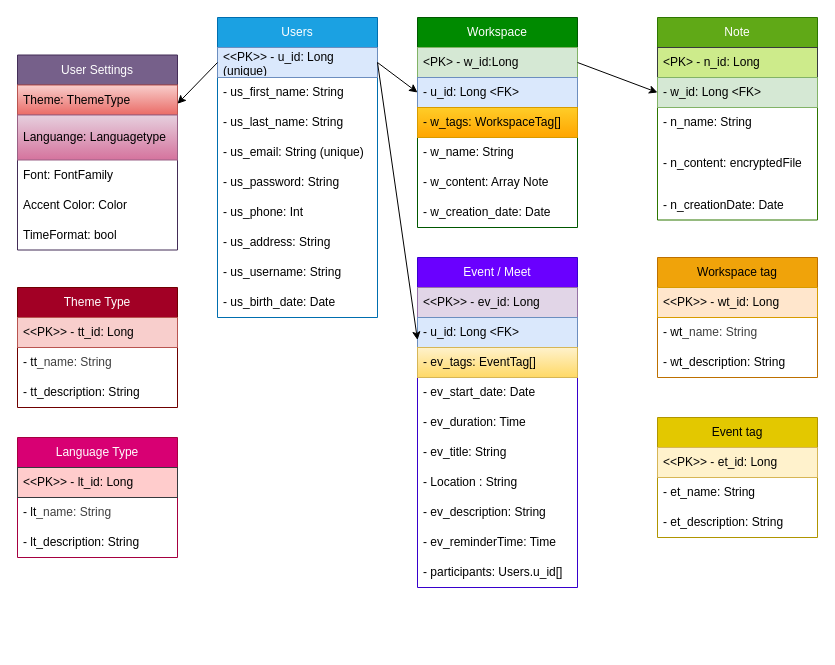
j12Ch05/Scribbl keeps this draw.io diagram as page "DB" (2 of 3) of Scribbl.drawio. Above is the earlier version. Source tidied: cells renumbered, new cells numbered last; positions are measured from the earlier drawing's top-left corner, leaving out a move shared by most shapes. Both pictures are drawn from the tidied source at 100%, with x=0, y=0 at pixel (17, 17).
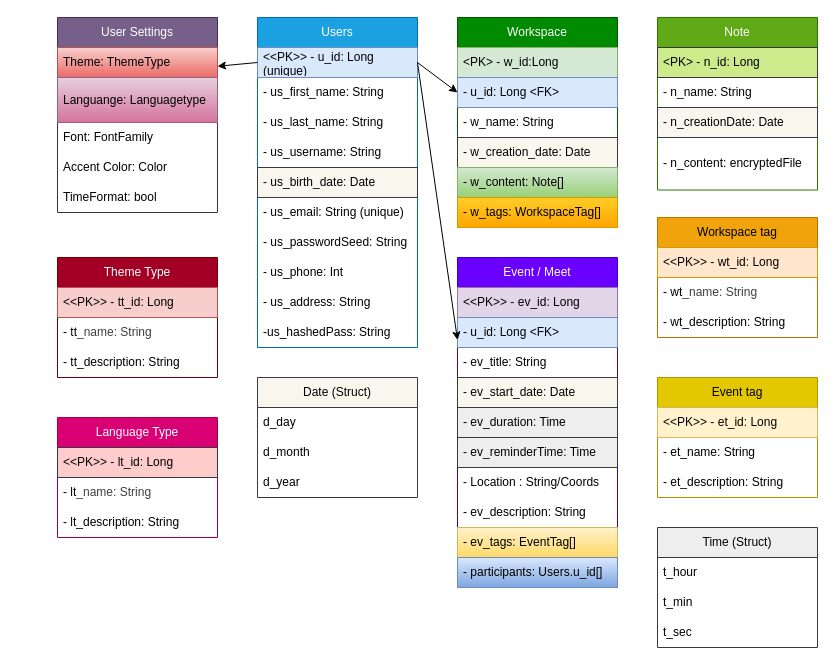
Above is the later version.

The change refers to these unchanged cells:
```xml
<mxCell id="29" value="&amp;lt;PK&amp;gt; - w_id:Long" style="text;strokeColor=#82b366;fillColor=#d5e8d4;align=left;verticalAlign=middle;spacingLeft=4;spacingRight=4;overflow=hidden;points=[[0,0.5],[1,0.5]];portConstraint=eastwest;whiteSpace=wrap;html=1;" parent="28" vertex="1">
  <mxGeometry y="30" width="160" height="30" as="geometry" />
</mxCell>
```

Diff of the diagram source:
```diff
@@
     <mxCell id="2" value="Users" style="swimlane;fontStyle=0;horizontal=1;startSize=30;whiteSpace=wrap;html=1;fillColor=#1ba1e2;strokeColor=#006EAF;fontColor=#ffffff;" parent="1" vertex="1">
-      <mxGeometry x="200" width="160" height="300" as="geometry" />
+      <mxGeometry x="240" width="160" height="330" as="geometry" />
     </mxCell>
@@
+    <mxCell id="10" value="- us_username: String" style="text;strokeColor=none;fillColor=none;align=left;verticalAlign=middle;spacingLeft=4;spacingRight=4;overflow=hidden;whiteSpace=wrap;html=1;" parent="2" vertex="1">
+      <mxGeometry y="120" width="160" height="30" as="geometry" />
+    </mxCell>
+    <mxCell id="11" value="- us_birth_date: Date" style="text;strokeColor=#36393d;fillColor=#f9f7ed;align=left;verticalAlign=middle;spacingLeft=4;spacingRight=4;overflow=hidden;whiteSpace=wrap;html=1;" parent="2" vertex="1">
+      <mxGeometry y="150" width="160" height="30" as="geometry" />
+    </mxCell>
     <mxCell id="6" value="- us_email: String (unique)" style="text;strokeColor=none;fillColor=none;align=left;verticalAlign=middle;spacingLeft=4;spacingRight=4;overflow=hidden;whiteSpace=wrap;html=1;" parent="2" vertex="1">
-      <mxGeometry y="120" width="160" height="30" as="geometry" />
+      <mxGeometry y="180" width="160" height="30" as="geometry" />
     </mxCell>
-    <mxCell id="7" value="- us_password: String" style="text;strokeColor=none;fillColor=none;align=left;verticalAlign=middle;spacingLeft=4;spacingRight=4;overflow=hidden;whiteSpace=wrap;html=1;" parent="2" vertex="1">
-      <mxGeometry y="150" width="160" height="30" as="geometry" />
+    <mxCell id="7" value="- us_passwordSeed: String" style="text;strokeColor=none;fillColor=none;align=left;verticalAlign=middle;spacingLeft=4;spacingRight=4;overflow=hidden;whiteSpace=wrap;html=1;" parent="2" vertex="1">
+      <mxGeometry y="210" width="160" height="30" as="geometry" />
     </mxCell>
     <mxCell id="8" value="- us_phone: Int" style="text;strokeColor=none;fillColor=none;align=left;verticalAlign=middle;spacingLeft=4;spacingRight=4;overflow=hidden;whiteSpace=wrap;html=1;" parent="2" vertex="1">
-      <mxGeometry y="180" width="160" height="30" as="geometry" />
+      <mxGeometry y="240" width="160" height="30" as="geometry" />
     </mxCell>
     <mxCell id="9" value="- us_address: String" style="text;strokeColor=none;fillColor=none;align=left;verticalAlign=middle;spacingLeft=4;spacingRight=4;overflow=hidden;whiteSpace=wrap;html=1;" parent="2" vertex="1">
-      <mxGeometry y="210" width="160" height="30" as="geometry" />
+      <mxGeometry y="270" width="160" height="30" as="geometry" />
     </mxCell>
-    <mxCell id="10" value="- us_username: String" style="text;strokeColor=none;fillColor=none;align=left;verticalAlign=middle;spacingLeft=4;spacingRight=4;overflow=hidden;whiteSpace=wrap;html=1;" parent="2" vertex="1">
-      <mxGeometry y="240" width="160" height="30" as="geometry" />
-    </mxCell>
-    <mxCell id="11" value="- us_birth_date: Date" style="text;strokeColor=none;fillColor=none;align=left;verticalAlign=middle;spacingLeft=4;spacingRight=4;overflow=hidden;whiteSpace=wrap;html=1;" parent="2" vertex="1">
-      <mxGeometry y="270" width="160" height="30" as="geometry" />
-    </mxCell>
+    <mxCell id="63" value="-us_hashedPass: String" style="text;strokeColor=none;fillColor=none;align=left;verticalAlign=middle;spacingLeft=4;spacingRight=4;overflow=hidden;whiteSpace=wrap;html=1;" parent="2" vertex="1">
+      <mxGeometry y="300" width="160" height="30" as="geometry" />
+    </mxCell>
     <mxCell id="12" value="Event tag" style="swimlane;fontStyle=0;horizontal=1;startSize=30;whiteSpace=wrap;html=1;fillColor=#e3c800;fontColor=#000000;strokeColor=#B09500;" parent="1" vertex="1">
-      <mxGeometry x="640" y="400" width="160" height="120" as="geometry" />
+      <mxGeometry x="640" y="360" width="160" height="120" as="geometry" />
     </mxCell>
@@
     <mxCell id="16" value="Event / Meet" style="swimlane;fontStyle=0;horizontal=1;startSize=30;whiteSpace=wrap;html=1;fillColor=#6a00ff;fontColor=#ffffff;strokeColor=#3700CC;" parent="1" vertex="1">
-      <mxGeometry x="400" y="240" width="160" height="330" as="geometry" />
+      <mxGeometry x="440" y="240" width="160" height="330" as="geometry" />
     </mxCell>
@@
-    <mxCell id="19" value="- ev_tags: EventTag[]" style="text;strokeColor=#d6b656;fillColor=#fff2cc;align=left;verticalAlign=middle;spacingLeft=4;spacingRight=4;overflow=hidden;whiteSpace=wrap;html=1;gradientColor=#ffd966;" parent="16" vertex="1">
-      <mxGeometry y="90" width="160" height="30" as="geometry" />
-    </mxCell>
+    <mxCell id="22" value="- ev_title: String" style="text;strokeColor=none;fillColor=none;align=left;verticalAlign=middle;spacingLeft=4;spacingRight=4;overflow=hidden;whiteSpace=wrap;html=1;" parent="16" vertex="1">
+      <mxGeometry y="90" width="160" height="30" as="geometry" />
+    </mxCell>
-    <mxCell id="20" value="- ev_start_date: Date" style="text;strokeColor=none;fillColor=none;align=left;verticalAlign=middle;spacingLeft=4;spacingRight=4;overflow=hidden;whiteSpace=wrap;html=1;" parent="16" vertex="1">
+    <mxCell id="20" value="- ev_start_date: Date" style="text;strokeColor=#36393d;fillColor=#f9f7ed;align=left;verticalAlign=middle;spacingLeft=4;spacingRight=4;overflow=hidden;whiteSpace=wrap;html=1;" parent="16" vertex="1">
       <mxGeometry y="120" width="160" height="30" as="geometry" />
     </mxCell>
-    <mxCell id="21" value="- ev_duration: Time" style="text;strokeColor=none;fillColor=none;align=left;verticalAlign=middle;spacingLeft=4;spacingRight=4;overflow=hidden;whiteSpace=wrap;html=1;" parent="16" vertex="1">
+    <mxCell id="21" value="- ev_duration: Time" style="text;strokeColor=#36393d;fillColor=#eeeeee;align=left;verticalAlign=middle;spacingLeft=4;spacingRight=4;overflow=hidden;whiteSpace=wrap;html=1;" parent="16" vertex="1">
       <mxGeometry y="150" width="160" height="30" as="geometry" />
     </mxCell>
-    <mxCell id="22" value="- ev_title: String" style="text;strokeColor=none;fillColor=none;align=left;verticalAlign=middle;spacingLeft=4;spacingRight=4;overflow=hidden;whiteSpace=wrap;html=1;" parent="16" vertex="1">
-      <mxGeometry y="180" width="160" height="30" as="geometry" />
-    </mxCell>
+    <mxCell id="25" value="- ev_reminderTime: Time" style="text;strokeColor=#36393d;fillColor=#eeeeee;align=left;verticalAlign=middle;spacingLeft=4;spacingRight=4;overflow=hidden;whiteSpace=wrap;html=1;" parent="16" vertex="1">
+      <mxGeometry y="180" width="160" height="30" as="geometry" />
+    </mxCell>
-    <mxCell id="23" value="- Location : String" style="text;strokeColor=none;fillColor=none;align=left;verticalAlign=middle;spacingLeft=4;spacingRight=4;overflow=hidden;whiteSpace=wrap;html=1;" parent="16" vertex="1">
+    <mxCell id="23" value="- Location : String/Coords" style="text;strokeColor=none;fillColor=none;align=left;verticalAlign=middle;spacingLeft=4;spacingRight=4;overflow=hidden;whiteSpace=wrap;html=1;" parent="16" vertex="1">
       <mxGeometry y="210" width="160" height="30" as="geometry" />
     </mxCell>
@@
-    <mxCell id="25" value="- ev_reminderTime: Time" style="text;strokeColor=none;fillColor=none;align=left;verticalAlign=middle;spacingLeft=4;spacingRight=4;overflow=hidden;whiteSpace=wrap;html=1;" parent="16" vertex="1">
-      <mxGeometry y="270" width="160" height="30" as="geometry" />
-    </mxCell>
+    <mxCell id="19" value="- ev_tags: EventTag[]" style="text;strokeColor=#d6b656;fillColor=#fff2cc;align=left;verticalAlign=middle;spacingLeft=4;spacingRight=4;overflow=hidden;whiteSpace=wrap;html=1;gradientColor=#ffd966;" parent="16" vertex="1">
+      <mxGeometry y="270" width="160" height="30" as="geometry" />
+    </mxCell>
-    <mxCell id="26" value="- participants: Users.u_id[]" style="text;strokeColor=none;fillColor=none;align=left;verticalAlign=middle;spacingLeft=4;spacingRight=4;overflow=hidden;whiteSpace=wrap;html=1;" parent="16" vertex="1">
+    <mxCell id="26" value="- participants: Users.u_id[]" style="text;strokeColor=#6c8ebf;fillColor=#dae8fc;align=left;verticalAlign=middle;spacingLeft=4;spacingRight=4;overflow=hidden;whiteSpace=wrap;html=1;gradientColor=#7ea6e0;" parent="16" vertex="1">
       <mxGeometry y="300" width="160" height="30" as="geometry" />
     </mxCell>
@@
     <mxCell id="28" value="Workspace" style="swimlane;fontStyle=0;horizontal=1;startSize=30;whiteSpace=wrap;html=1;fillColor=#008a00;fontColor=#ffffff;strokeColor=#005700;" parent="1" vertex="1">
-      <mxGeometry x="400" width="160" height="210" as="geometry" />
+      <mxGeometry x="440" width="160" height="210" as="geometry" />
     </mxCell>
@@
+    <mxCell id="32" value="- w_name: String" style="text;strokeColor=none;fillColor=none;align=left;verticalAlign=middle;spacingLeft=4;spacingRight=4;overflow=hidden;whiteSpace=wrap;html=1;" parent="28" vertex="1">
+      <mxGeometry y="90" width="160" height="30" as="geometry" />
+    </mxCell>
+    <mxCell id="34" value="- w_creation_date: Date" style="text;strokeColor=#36393d;fillColor=#f9f7ed;align=left;verticalAlign=middle;spacingLeft=4;spacingRight=4;overflow=hidden;whiteSpace=wrap;html=1;" parent="28" vertex="1">
+      <mxGeometry y="120" width="160" height="30" as="geometry" />
+    </mxCell>
+    <mxCell id="33" value="- w_content: Note[]" style="text;strokeColor=#82b366;fillColor=#d5e8d4;align=left;verticalAlign=middle;spacingLeft=4;spacingRight=4;overflow=hidden;whiteSpace=wrap;html=1;gradientColor=#97d077;" parent="28" vertex="1">
+      <mxGeometry y="150" width="160" height="30" as="geometry" />
+    </mxCell>
     <mxCell id="31" value="- w_tags: WorkspaceTag[]" style="text;strokeColor=#d79b00;fillColor=#ffcd28;align=left;verticalAlign=middle;spacingLeft=4;spacingRight=4;overflow=hidden;whiteSpace=wrap;html=1;gradientColor=#ffa500;" parent="28" vertex="1">
-      <mxGeometry y="90" width="160" height="30" as="geometry" />
+      <mxGeometry y="180" width="160" height="30" as="geometry" />
     </mxCell>
-    <mxCell id="32" value="- w_name: String" style="text;strokeColor=none;fillColor=none;align=left;verticalAlign=middle;spacingLeft=4;spacingRight=4;overflow=hidden;whiteSpace=wrap;html=1;" parent="28" vertex="1">
-      <mxGeometry y="120" width="160" height="30" as="geometry" />
-    </mxCell>
-    <mxCell id="33" value="- w_content: Array Note" style="text;strokeColor=none;fillColor=none;align=left;verticalAlign=middle;spacingLeft=4;spacingRight=4;overflow=hidden;whiteSpace=wrap;html=1;" parent="28" vertex="1">
-      <mxGeometry y="150" width="160" height="30" as="geometry" />
-    </mxCell>
-    <mxCell id="34" value="- w_creation_date: Date" style="text;strokeColor=none;fillColor=none;align=left;verticalAlign=middle;spacingLeft=4;spacingRight=4;overflow=hidden;whiteSpace=wrap;html=1;" parent="28" vertex="1">
-      <mxGeometry y="180" width="160" height="30" as="geometry" />
-    </mxCell>
     <mxCell id="35" value="Note" style="swimlane;fontStyle=0;horizontal=1;startSize=30;whiteSpace=wrap;html=1;fillColor=#60a917;fontColor=#ffffff;strokeColor=#2D7600;" parent="1" vertex="1">
-      <mxGeometry x="640" width="160" height="202.5" as="geometry" />
+      <mxGeometry x="640" width="160" height="172.5" as="geometry" />
     </mxCell>
@@
-    <mxCell id="37" value="- w_id: Long &amp;lt;FK&amp;gt;" style="text;strokeColor=#82b366;fillColor=#d5e8d4;align=left;verticalAlign=middle;spacingLeft=4;spacingRight=4;overflow=hidden;points=[[0,0.5],[1,0.5]];portConstraint=eastwest;whiteSpace=wrap;html=1;" parent="35" vertex="1">
-      <mxGeometry y="60" width="160" height="30" as="geometry" />
-    </mxCell>
     <mxCell id="38" value="- n_name: String" style="text;strokeColor=none;fillColor=none;align=left;verticalAlign=middle;spacingLeft=4;spacingRight=4;overflow=hidden;whiteSpace=wrap;html=1;" parent="35" vertex="1">
-      <mxGeometry y="90" width="160" height="30" as="geometry" />
+      <mxGeometry y="60" width="160" height="30" as="geometry" />
     </mxCell>
+    <mxCell id="40" value="- n_creationDate: Date" style="text;strokeColor=#36393d;fillColor=#f9f7ed;align=left;verticalAlign=middle;spacingLeft=4;spacingRight=4;overflow=hidden;whiteSpace=wrap;html=1;" parent="35" vertex="1">
+      <mxGeometry y="90" width="160" height="30" as="geometry" />
+    </mxCell>
@@
-    <mxCell id="40" value="- n_creationDate: Date" style="text;strokeColor=none;fillColor=none;align=left;verticalAlign=middle;spacingLeft=4;spacingRight=4;overflow=hidden;whiteSpace=wrap;html=1;" parent="35" vertex="1">
-      <mxGeometry y="172.5" width="160" height="30" as="geometry" />
-    </mxCell>
     <mxCell id="41" value="User Settings" style="swimlane;fontStyle=0;horizontal=1;startSize=30;whiteSpace=wrap;html=1;fillColor=#76608a;fontColor=#ffffff;strokeColor=#432D57;" parent="1" vertex="1">
-      <mxGeometry y="37.5" width="160" height="195" as="geometry" />
+      <mxGeometry x="40" width="160" height="195" as="geometry" />
     </mxCell>
@@
     <mxCell id="47" value="Workspace tag" style="swimlane;fontStyle=0;horizontal=1;startSize=30;whiteSpace=wrap;html=1;fillColor=#f0a30a;fontColor=#000000;strokeColor=#BD7000;" parent="1" vertex="1">
-      <mxGeometry x="640" y="240" width="160" height="120" as="geometry" />
+      <mxGeometry x="640" y="200" width="160" height="120" as="geometry" />
     </mxCell>
@@
-    <mxCell id="53" style="edgeStyle=none;html=1;exitX=1;exitY=0.5;exitDx=0;exitDy=0;entryX=0;entryY=0.5;entryDx=0;entryDy=0;" parent="1" edge="1" source="29" target="37">
-      <mxGeometry relative="1" as="geometry" />
-    </mxCell>
     <mxCell id="54" value="Language Type" style="swimlane;fontStyle=0;horizontal=1;startSize=30;whiteSpace=wrap;html=1;fillColor=#d80073;fontColor=#ffffff;strokeColor=#A50040;" parent="1" vertex="1">
-      <mxGeometry y="420" width="160" height="120" as="geometry" />
+      <mxGeometry x="40" y="400" width="160" height="120" as="geometry" />
     </mxCell>
@@
     <mxCell id="58" value="Theme Type" style="swimlane;fontStyle=0;horizontal=1;startSize=30;whiteSpace=wrap;html=1;fillColor=#a20025;fontColor=#ffffff;strokeColor=#6F0000;" parent="1" vertex="1">
-      <mxGeometry y="270" width="160" height="120" as="geometry" />
+      <mxGeometry x="40" y="240" width="160" height="120" as="geometry" />
     </mxCell>
@@
+    <mxCell id="64" value="Time (Struct)" style="swimlane;fontStyle=0;horizontal=1;startSize=30;whiteSpace=wrap;html=1;fillColor=#eeeeee;strokeColor=#36393d;" parent="1" vertex="1">
+      <mxGeometry x="640" y="510" width="160" height="120" as="geometry" />
+    </mxCell>
+    <mxCell id="65" value="t_hour" style="text;strokeColor=none;fillColor=none;align=left;verticalAlign=middle;spacingLeft=4;spacingRight=4;overflow=hidden;whiteSpace=wrap;html=1;" parent="64" vertex="1">
+      <mxGeometry y="30" width="160" height="30" as="geometry" />
+    </mxCell>
+    <mxCell id="66" value="t_min" style="text;strokeColor=none;fillColor=none;align=left;verticalAlign=middle;spacingLeft=4;spacingRight=4;overflow=hidden;whiteSpace=wrap;html=1;" parent="64" vertex="1">
+      <mxGeometry y="60" width="160" height="30" as="geometry" />
+    </mxCell>
+    <mxCell id="67" value="t_sec" style="text;strokeColor=none;fillColor=none;align=left;verticalAlign=middle;spacingLeft=4;spacingRight=4;overflow=hidden;whiteSpace=wrap;html=1;" parent="64" vertex="1">
+      <mxGeometry y="90" width="160" height="30" as="geometry" />
+    </mxCell>
+    <mxCell id="68" value="Date (Struct)" style="swimlane;fontStyle=0;horizontal=1;startSize=30;whiteSpace=wrap;html=1;fillColor=#f9f7ed;strokeColor=#36393d;" parent="1" vertex="1">
+      <mxGeometry x="240" y="360" width="160" height="120" as="geometry" />
+    </mxCell>
+    <mxCell id="69" value="d_day" style="text;strokeColor=none;fillColor=none;align=left;verticalAlign=middle;spacingLeft=4;spacingRight=4;overflow=hidden;whiteSpace=wrap;html=1;" parent="68" vertex="1">
+      <mxGeometry y="30" width="160" height="30" as="geometry" />
+    </mxCell>
+    <mxCell id="70" value="d_month" style="text;strokeColor=none;fillColor=none;align=left;verticalAlign=middle;spacingLeft=4;spacingRight=4;overflow=hidden;whiteSpace=wrap;html=1;" parent="68" vertex="1">
+      <mxGeometry y="60" width="160" height="30" as="geometry" />
+    </mxCell>
+    <mxCell id="71" value="d_year" style="text;strokeColor=none;fillColor=none;align=left;verticalAlign=middle;spacingLeft=4;spacingRight=4;overflow=hidden;whiteSpace=wrap;html=1;" parent="68" vertex="1">
+      <mxGeometry y="90" width="160" height="30" as="geometry" />
+    </mxCell>
```
